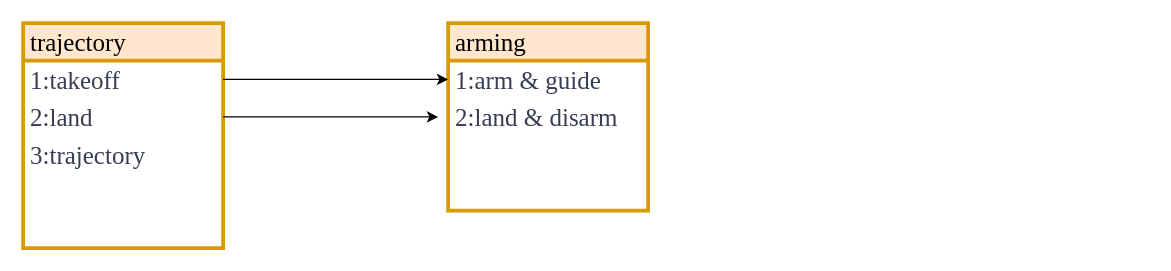
The draw.io diagram ros_block_diagram.drawio in CYMElee/EXP_WS, before the edit. Source tidied: cells renumbered, new cells numbered last; positions are measured from the earlier drawing's top-left corner, leaving out a move shared by most shapes. Both pictures are drawn from the tidied source at 125%, with x=0, y=0 at pixel (22, 22).
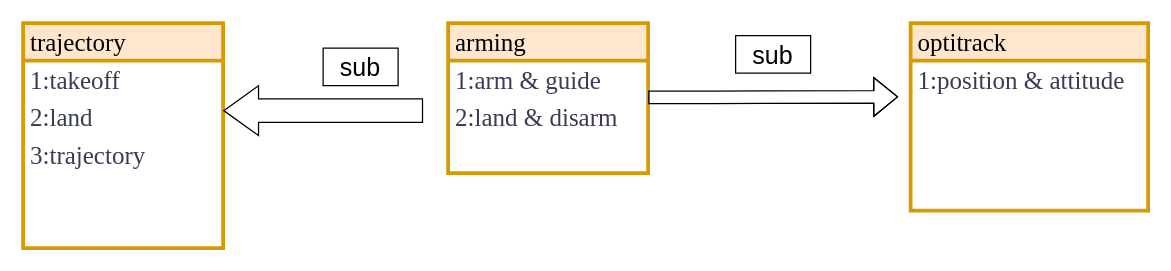
Above is the later version.

The change refers to these unchanged cells:
```xml
<mxCell id="3" value="1:takeoff" style="text;strokeColor=none;fillColor=none;align=left;verticalAlign=middle;spacingLeft=4;spacingRight=4;overflow=hidden;points=[[0,0.5],[1,0.5]];portConstraint=eastwest;whiteSpace=wrap;html=1;fontSize=20;fontFamily=Times New Roman;fontColor=#393C56;" parent="2" vertex="1">
  <mxGeometry y="30" width="160" height="30" as="geometry" />
</mxCell>
<mxCell id="4" value="2:land" style="text;strokeColor=none;fillColor=none;align=left;verticalAlign=middle;spacingLeft=4;spacingRight=4;overflow=hidden;points=[[0,0.5],[1,0.5]];portConstraint=eastwest;whiteSpace=wrap;html=1;fontSize=20;fontFamily=Times New Roman;fontColor=#393C56;" parent="2" vertex="1">
  <mxGeometry y="60" width="160" height="30" as="geometry" />
</mxCell>
<mxCell id="9" value="1:arm &amp;amp; guide" style="text;strokeColor=none;fillColor=none;align=left;verticalAlign=middle;spacingLeft=4;spacingRight=4;overflow=hidden;points=[[0,0.5],[1,0.5]];portConstraint=eastwest;whiteSpace=wrap;html=1;fontSize=20;fontFamily=Times New Roman;fontColor=#393C56;" parent="8" vertex="1">
  <mxGeometry y="30" width="160" height="30" as="geometry" />
</mxCell>
```

Diff of the diagram source:
```diff
@@
     <mxCell id="8" value="arming" style="swimlane;fontStyle=0;horizontal=1;startSize=30;whiteSpace=wrap;html=1;labelBackgroundColor=none;strokeWidth=3;align=left;verticalAlign=middle;spacingLeft=4;spacingRight=4;fontFamily=Times New Roman;fontSize=20;fillColor=#ffe6cc;strokeColor=#d79b00;perimeterSpacing=8;swimlaneLine=1;rounded=0;glass=0;shadow=0;" parent="1" vertex="1">
-      <mxGeometry x="340" width="160" height="150" as="geometry" />
+      <mxGeometry x="340" width="160" height="120" as="geometry" />
     </mxCell>
@@
+    <mxCell id="15" value="optitrack&amp;nbsp;" style="swimlane;fontStyle=0;horizontal=1;startSize=30;whiteSpace=wrap;html=1;labelBackgroundColor=none;strokeWidth=3;align=left;verticalAlign=middle;spacingLeft=4;spacingRight=4;fontFamily=Times New Roman;fontSize=20;fillColor=#ffe6cc;strokeColor=#d79b00;perimeterSpacing=8;swimlaneLine=1;rounded=0;glass=0;shadow=0;" parent="1" vertex="1">
+      <mxGeometry x="710" width="190" height="150" as="geometry" />
+    </mxCell>
+    <mxCell id="16" value="1:position &amp;amp; attitude" style="text;strokeColor=none;fillColor=none;align=left;verticalAlign=middle;spacingLeft=4;spacingRight=4;overflow=hidden;whiteSpace=wrap;html=1;fontSize=20;fontFamily=Times New Roman;fontColor=#393C56;" parent="15" vertex="1">
+      <mxGeometry y="30" width="190" height="30" as="geometry" />
+    </mxCell>
+    <mxCell id="17" style="text;strokeColor=none;fillColor=none;align=left;verticalAlign=middle;spacingLeft=4;spacingRight=4;overflow=hidden;whiteSpace=wrap;html=1;fontSize=20;fontFamily=Times New Roman;fontColor=#393C56;" parent="15" vertex="1">
+      <mxGeometry y="60" width="190" height="30" as="geometry" />
+    </mxCell>
+    <mxCell id="18" style="text;strokeColor=none;fillColor=none;align=left;verticalAlign=middle;spacingLeft=4;spacingRight=4;overflow=hidden;whiteSpace=wrap;html=1;fontSize=20;fontFamily=Times New Roman;fontColor=#393C56;" parent="15" vertex="1">
+      <mxGeometry y="90" width="190" height="60" as="geometry" />
+    </mxCell>
-    <mxCell id="12" style="text;strokeColor=none;fillColor=none;align=left;verticalAlign=middle;spacingLeft=4;spacingRight=4;overflow=hidden;whiteSpace=wrap;html=1;fontSize=20;fontFamily=Times New Roman;fontColor=#393C56;" parent="8" vertex="1">
-      <mxGeometry y="120" width="160" height="30" as="geometry" />
+    <mxCell id="12" style="text;strokeColor=none;fillColor=none;align=left;verticalAlign=middle;spacingLeft=4;spacingRight=4;overflow=hidden;whiteSpace=wrap;html=1;fontSize=20;fontFamily=Times New Roman;fontColor=#393C56;" parent="1" vertex="1">
+      <mxGeometry x="350" y="120" width="160" height="30" as="geometry" />
     </mxCell>
-    <mxCell id="13" style="edgeStyle=orthogonalEdgeStyle;rounded=0;jettySize=auto;html=1;entryX=0;entryY=0.5;entryDx=0;entryDy=0;fontFamily=Times New Roman;fontSize=20;fontColor=#393C56;" parent="1" edge="1" source="3" target="9">
-      <mxGeometry relative="1" as="geometry" />
-    </mxCell>
-    <mxCell id="14" style="edgeStyle=orthogonalEdgeStyle;rounded=0;jettySize=auto;html=1;entryX=0;entryY=0.5;entryDx=0;entryDy=0;fontFamily=Times New Roman;fontSize=20;fontColor=#393C56;" parent="1" edge="1" source="4" target="8">
-      <mxGeometry relative="1" as="geometry" />
-    </mxCell>
+    <mxCell id="19" style="shape=flexArrow;endArrow=classic;html=1;rounded=0;fillColor=none;strokeColor=#000000;" parent="1" edge="1">
+      <mxGeometry relative="1" as="geometry">
+        <mxPoint x="500" y="59.4" as="sourcePoint" />
+        <mxPoint x="700" y="59" as="targetPoint" />
+        <Array as="points">
+          <mxPoint x="550" y="59.4" />
+        </Array>
+      </mxGeometry>
+    </mxCell>
+    <mxCell id="20" value="&lt;font style=&quot;font-size: 20px;&quot;&gt;sub&lt;/font&gt;" style="text;html=1;strokeColor=default;fillColor=none;align=center;verticalAlign=middle;whiteSpace=wrap;rounded=0;strokeWidth=1;" parent="1" vertex="1">
+      <mxGeometry x="570" y="10" width="60" height="30" as="geometry" />
+    </mxCell>
+    <mxCell id="21" style="shape=flexArrow;endArrow=classic;html=1;rounded=0;width=18.823529411764707;endSize=8.941176470588236;" parent="1" edge="1">
+      <mxGeometry relative="1" as="geometry">
+        <mxPoint x="320" y="70" as="sourcePoint" />
+        <mxPoint x="160" y="70" as="targetPoint" />
+      </mxGeometry>
+    </mxCell>
+    <mxCell id="22" value="&lt;font style=&quot;font-size: 20px;&quot;&gt;sub&lt;/font&gt;" style="text;html=1;strokeColor=default;fillColor=none;align=center;verticalAlign=middle;whiteSpace=wrap;rounded=0;strokeWidth=1;" parent="1" vertex="1">
+      <mxGeometry x="240" y="20" width="60" height="30" as="geometry" />
+    </mxCell>
```
